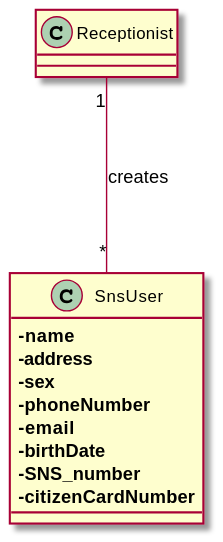
Earlier version of the PlantUML export docs/SprintB/US003/US003_MD.svg (Pirussa/lei-22-s2-1da-g02).
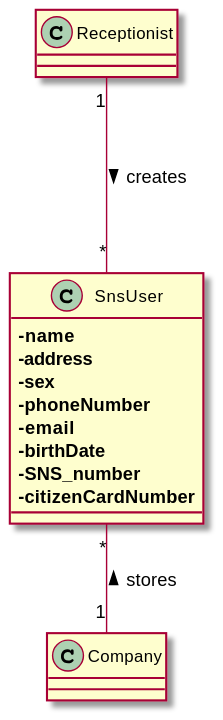
The same file after the commit.

What changed in the source:
```diff
@@ -13,6 +13,9 @@
 ==-citizenCardNumber
 }
 
-Receptionist "1" --- "*" SnsUser: creates
+class Company
+
+Company "1" -up- "*" SnsUser: stores >
+Receptionist "1" --- "*" SnsUser: creates >
 
 @enduml
```
